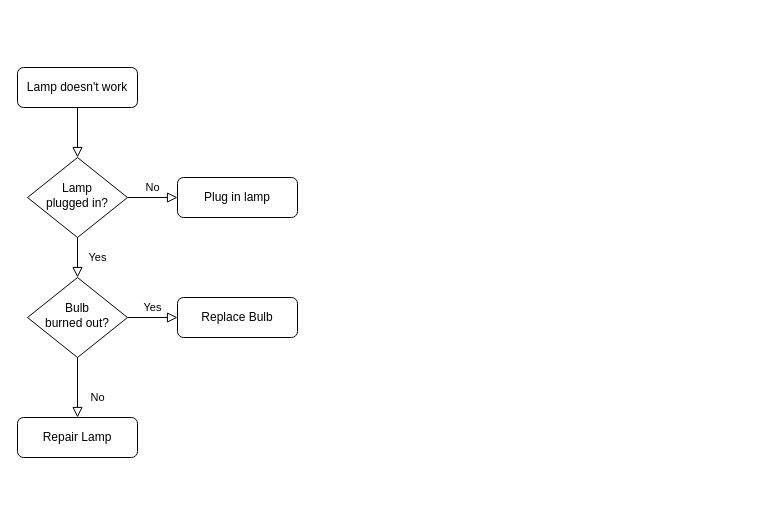
Before: distributed_system.drawio in osier0524/Diagrams, a draw.io diagram. Source tidied: cells renumbered, new cells numbered last; positions are measured from the earlier drawing's top-left corner, leaving out a move shared by most shapes. Both pictures are drawn from the tidied source at 100%, with x=0, y=0 at pixel (17, 67).
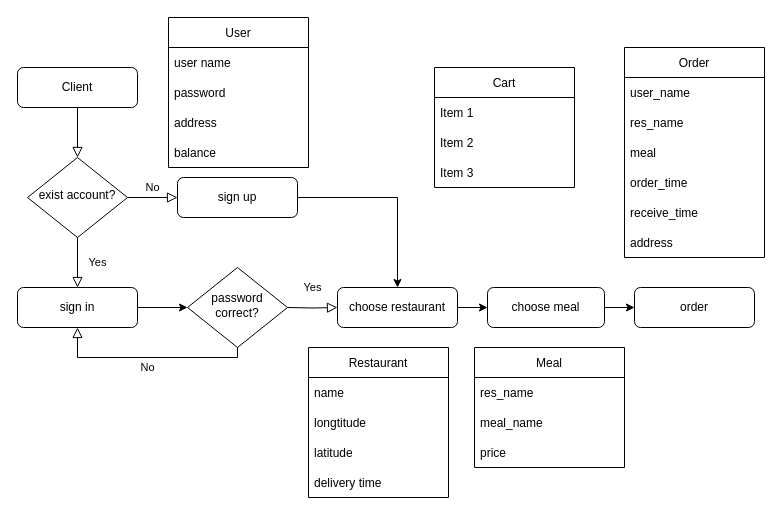
The same diagram, later.

What changed in the source:
```diff
@@
-    <mxCell id="3" value="Lamp doesn't work" style="rounded=1;whiteSpace=wrap;html=1;fontSize=12;glass=0;strokeWidth=1;shadow=0;" parent="1" vertex="1">
+    <mxCell id="3" value="Client" style="rounded=1;whiteSpace=wrap;html=1;fontSize=12;glass=0;strokeWidth=1;shadow=0;" parent="1" vertex="1">
       <mxGeometry width="120" height="40" as="geometry" />
     </mxCell>
-    <mxCell id="4" value="Yes" style="rounded=0;html=1;jettySize=auto;fontSize=11;endArrow=block;endFill=0;endSize=8;strokeWidth=1;shadow=0;labelBackgroundColor=none;edgeStyle=orthogonalEdgeStyle;" parent="1" edge="1" source="6" target="10">
+    <mxCell id="4" value="Yes" style="rounded=0;html=1;jettySize=auto;fontSize=11;endArrow=block;endFill=0;endSize=8;strokeWidth=1;shadow=0;labelBackgroundColor=none;edgeStyle=orthogonalEdgeStyle;entryX=0.5;entryY=0;entryDx=0;entryDy=0;" parent="1" edge="1" source="6" target="12">
       <mxGeometry y="20" relative="1" as="geometry" />
     </mxCell>
@@
-    <mxCell id="6" value="Lamp&lt;br&gt;plugged in?" style="rhombus;whiteSpace=wrap;html=1;shadow=0;fontFamily=Helvetica;fontSize=12;align=center;strokeWidth=1;spacing=6;spacingTop=-4;" parent="1" vertex="1">
+    <mxCell id="6" value="exist account?" style="rhombus;whiteSpace=wrap;html=1;shadow=0;fontFamily=Helvetica;fontSize=12;align=center;strokeWidth=1;spacing=6;spacingTop=-4;" parent="1" vertex="1">
       <mxGeometry x="10" y="90" width="100" height="80" as="geometry" />
     </mxCell>
-    <mxCell id="7" value="Plug in lamp" style="rounded=1;whiteSpace=wrap;html=1;fontSize=12;glass=0;strokeWidth=1;shadow=0;" parent="1" vertex="1">
+    <mxCell id="7" value="sign up" style="rounded=1;whiteSpace=wrap;html=1;fontSize=12;glass=0;strokeWidth=1;shadow=0;" parent="1" vertex="1">
       <mxGeometry x="160" y="110" width="120" height="40" as="geometry" />
     </mxCell>
+    <mxCell id="13" style="edgeStyle=orthogonalEdgeStyle;rounded=0;jettySize=auto;html=1;" parent="1" edge="1" source="12" target="18">
+      <mxGeometry relative="1" as="geometry" />
+    </mxCell>
+    <mxCell id="12" value="sign in" style="rounded=1;whiteSpace=wrap;html=1;fontSize=12;glass=0;strokeWidth=1;shadow=0;" parent="1" vertex="1">
+      <mxGeometry y="220" width="120" height="40" as="geometry" />
+    </mxCell>
+    <mxCell id="14" style="edgeStyle=orthogonalEdgeStyle;rounded=0;jettySize=auto;html=1;" parent="1" edge="1" source="15" target="41">
+      <mxGeometry relative="1" as="geometry" />
+    </mxCell>
+    <mxCell id="15" value="choose meal" style="rounded=1;whiteSpace=wrap;html=1;fontSize=12;glass=0;strokeWidth=1;shadow=0;" parent="1" vertex="1">
+      <mxGeometry x="470" y="220" width="117" height="40" as="geometry" />
+    </mxCell>
+    <mxCell id="16" style="edgeStyle=orthogonalEdgeStyle;rounded=0;jettySize=auto;html=1;" parent="1" edge="1" source="17" target="15">
+      <mxGeometry relative="1" as="geometry" />
+    </mxCell>
+    <mxCell id="17" value="choose restaurant" style="rounded=1;whiteSpace=wrap;html=1;fontSize=12;glass=0;strokeWidth=1;shadow=0;" parent="1" vertex="1">
+      <mxGeometry x="320" y="220" width="120" height="40" as="geometry" />
+    </mxCell>
+    <mxCell id="18" value="password correct?" style="rhombus;whiteSpace=wrap;html=1;shadow=0;fontFamily=Helvetica;fontSize=12;align=center;strokeWidth=1;spacing=6;spacingTop=-4;" parent="1" vertex="1">
+      <mxGeometry x="170" y="200" width="100" height="80" as="geometry" />
+    </mxCell>
-    <mxCell id="8" value="No" style="rounded=0;html=1;jettySize=auto;fontSize=11;endArrow=block;endFill=0;endSize=8;strokeWidth=1;shadow=0;labelBackgroundColor=none;edgeStyle=orthogonalEdgeStyle;" parent="1" edge="1" source="10" target="11">
-      <mxGeometry x="0.33" y="20" relative="1" as="geometry" />
+    <mxCell id="8" value="No" style="edgeStyle=orthogonalEdgeStyle;rounded=0;html=1;jettySize=auto;fontSize=11;endArrow=block;endFill=0;endSize=8;strokeWidth=1;shadow=0;labelBackgroundColor=none;entryX=0.5;entryY=1;entryDx=0;entryDy=0;exitX=0.5;exitY=1;exitDx=0;exitDy=0;" parent="1" edge="1" source="18" target="12">
+      <mxGeometry y="10" relative="1" as="geometry">
+        <Array as="points">
+          <mxPoint x="220" y="290" />
+          <mxPoint x="60" y="290" />
+        </Array>
+      </mxGeometry>
     </mxCell>
-    <mxCell id="9" value="Yes" style="edgeStyle=orthogonalEdgeStyle;rounded=0;html=1;jettySize=auto;fontSize=11;endArrow=block;endFill=0;endSize=8;strokeWidth=1;shadow=0;labelBackgroundColor=none;" parent="1" edge="1" source="10" target="12">
-      <mxGeometry y="10" relative="1" as="geometry" />
+    <mxCell id="9" value="Yes" style="rounded=0;html=1;jettySize=auto;fontSize=11;endArrow=block;endFill=0;endSize=8;strokeWidth=1;shadow=0;labelBackgroundColor=none;edgeStyle=orthogonalEdgeStyle;entryX=0;entryY=0.5;entryDx=0;entryDy=0;" parent="1" edge="1" target="17">
+      <mxGeometry y="20" relative="1" as="geometry">
+        <mxPoint x="270" y="240" as="sourcePoint" />
+      </mxGeometry>
     </mxCell>
-    <mxCell id="10" value="Bulb&lt;br&gt;burned out?" style="rhombus;whiteSpace=wrap;html=1;shadow=0;fontFamily=Helvetica;fontSize=12;align=center;strokeWidth=1;spacing=6;spacingTop=-4;" parent="1" vertex="1">
-      <mxGeometry x="10" y="210" width="100" height="80" as="geometry" />
-    </mxCell>
-    <mxCell id="11" value="Repair Lamp" style="rounded=1;whiteSpace=wrap;html=1;fontSize=12;glass=0;strokeWidth=1;shadow=0;" parent="1" vertex="1">
-      <mxGeometry y="350" width="120" height="40" as="geometry" />
-    </mxCell>
-    <mxCell id="12" value="Replace Bulb" style="rounded=1;whiteSpace=wrap;html=1;fontSize=12;glass=0;strokeWidth=1;shadow=0;" parent="1" vertex="1">
-      <mxGeometry x="160" y="230" width="120" height="40" as="geometry" />
-    </mxCell>
+    <mxCell id="19" style="edgeStyle=orthogonalEdgeStyle;rounded=0;jettySize=auto;html=1;exitX=1;exitY=0.5;exitDx=0;exitDy=0;" parent="1" edge="1" source="7" target="17">
+      <mxGeometry relative="1" as="geometry" />
+    </mxCell>
+    <mxCell id="20" value="User" style="swimlane;fontStyle=0;horizontal=1;startSize=30;" parent="1" vertex="1">
+      <mxGeometry x="151" y="-50" width="140" height="150" as="geometry" />
+    </mxCell>
+    <mxCell id="21" value="user name" style="text;strokeColor=none;fillColor=none;align=left;verticalAlign=middle;spacingLeft=4;spacingRight=4;overflow=hidden;" parent="20" vertex="1">
+      <mxGeometry y="30" width="140" height="30" as="geometry" />
+    </mxCell>
+    <mxCell id="22" value="password" style="text;strokeColor=none;fillColor=none;align=left;verticalAlign=middle;spacingLeft=4;spacingRight=4;overflow=hidden;" parent="20" vertex="1">
+      <mxGeometry y="60" width="140" height="30" as="geometry" />
+    </mxCell>
+    <mxCell id="23" value="address" style="text;strokeColor=none;fillColor=none;align=left;verticalAlign=middle;spacingLeft=4;spacingRight=4;overflow=hidden;" parent="20" vertex="1">
+      <mxGeometry y="90" width="140" height="30" as="geometry" />
+    </mxCell>
+    <mxCell id="24" value="balance" style="text;strokeColor=none;fillColor=none;align=left;verticalAlign=middle;spacingLeft=4;spacingRight=4;overflow=hidden;" parent="20" vertex="1">
+      <mxGeometry y="120" width="140" height="30" as="geometry" />
+    </mxCell>
+    <mxCell id="25" value="Restaurant" style="swimlane;fontStyle=0;horizontal=1;startSize=30;" parent="1" vertex="1">
+      <mxGeometry x="291" y="280" width="140" height="150" as="geometry" />
+    </mxCell>
+    <mxCell id="26" value="name" style="text;strokeColor=none;fillColor=none;align=left;verticalAlign=middle;spacingLeft=4;spacingRight=4;overflow=hidden;" parent="25" vertex="1">
+      <mxGeometry y="30" width="140" height="30" as="geometry" />
+    </mxCell>
+    <mxCell id="27" value="longtitude" style="text;strokeColor=none;fillColor=none;align=left;verticalAlign=middle;spacingLeft=4;spacingRight=4;overflow=hidden;" parent="25" vertex="1">
+      <mxGeometry y="60" width="140" height="30" as="geometry" />
+    </mxCell>
+    <mxCell id="28" value="latitude" style="text;strokeColor=none;fillColor=none;align=left;verticalAlign=middle;spacingLeft=4;spacingRight=4;overflow=hidden;" parent="25" vertex="1">
+      <mxGeometry y="90" width="140" height="30" as="geometry" />
+    </mxCell>
+    <mxCell id="29" value="delivery time" style="text;strokeColor=none;fillColor=none;align=left;verticalAlign=middle;spacingLeft=4;spacingRight=4;overflow=hidden;" parent="25" vertex="1">
+      <mxGeometry y="120" width="140" height="30" as="geometry" />
+    </mxCell>
+    <mxCell id="30" value="Meal" style="swimlane;fontStyle=0;horizontal=1;startSize=30;" parent="1" vertex="1">
+      <mxGeometry x="457" y="280" width="150" height="120" as="geometry" />
+    </mxCell>
+    <mxCell id="31" value="res_name" style="text;strokeColor=none;fillColor=none;align=left;verticalAlign=middle;spacingLeft=4;spacingRight=4;overflow=hidden;" parent="30" vertex="1">
+      <mxGeometry y="30" width="150" height="30" as="geometry" />
+    </mxCell>
+    <mxCell id="32" value="meal_name" style="text;strokeColor=none;fillColor=none;align=left;verticalAlign=middle;spacingLeft=4;spacingRight=4;overflow=hidden;" parent="30" vertex="1">
+      <mxGeometry y="60" width="150" height="30" as="geometry" />
+    </mxCell>
+    <mxCell id="33" value="price" style="text;strokeColor=none;fillColor=none;align=left;verticalAlign=middle;spacingLeft=4;spacingRight=4;overflow=hidden;" parent="30" vertex="1">
+      <mxGeometry y="90" width="150" height="30" as="geometry" />
+    </mxCell>
+    <mxCell id="34" value="Order" style="swimlane;fontStyle=0;horizontal=1;startSize=30;" parent="1" vertex="1">
+      <mxGeometry x="607" y="-20" width="140" height="210" as="geometry" />
+    </mxCell>
+    <mxCell id="35" value="user_name" style="text;strokeColor=none;fillColor=none;align=left;verticalAlign=middle;spacingLeft=4;spacingRight=4;overflow=hidden;" parent="34" vertex="1">
+      <mxGeometry y="30" width="140" height="30" as="geometry" />
+    </mxCell>
+    <mxCell id="36" value="res_name" style="text;strokeColor=none;fillColor=none;align=left;verticalAlign=middle;spacingLeft=4;spacingRight=4;overflow=hidden;" parent="34" vertex="1">
+      <mxGeometry y="60" width="140" height="30" as="geometry" />
+    </mxCell>
+    <mxCell id="37" value="meal" style="text;strokeColor=none;fillColor=none;align=left;verticalAlign=middle;spacingLeft=4;spacingRight=4;overflow=hidden;" parent="34" vertex="1">
+      <mxGeometry y="90" width="140" height="30" as="geometry" />
+    </mxCell>
+    <mxCell id="38" value="order_time" style="text;strokeColor=none;fillColor=none;align=left;verticalAlign=middle;spacingLeft=4;spacingRight=4;overflow=hidden;" parent="34" vertex="1">
+      <mxGeometry y="120" width="140" height="30" as="geometry" />
+    </mxCell>
+    <mxCell id="39" value="receive_time" style="text;strokeColor=none;fillColor=none;align=left;verticalAlign=middle;spacingLeft=4;spacingRight=4;overflow=hidden;" parent="34" vertex="1">
+      <mxGeometry y="150" width="140" height="30" as="geometry" />
+    </mxCell>
+    <mxCell id="40" value="address" style="text;strokeColor=none;fillColor=none;align=left;verticalAlign=middle;spacingLeft=4;spacingRight=4;overflow=hidden;" parent="34" vertex="1">
+      <mxGeometry y="180" width="140" height="30" as="geometry" />
+    </mxCell>
+    <mxCell id="41" value="order" style="rounded=1;whiteSpace=wrap;html=1;fontSize=12;glass=0;strokeWidth=1;shadow=0;" parent="1" vertex="1">
+      <mxGeometry x="617" y="220" width="120" height="40" as="geometry" />
+    </mxCell>
+    <mxCell id="42" value="Cart" style="swimlane;fontStyle=0;horizontal=1;startSize=30;" parent="1" vertex="1">
+      <mxGeometry x="417" width="140" height="120" as="geometry" />
+    </mxCell>
+    <mxCell id="43" value="Item 1" style="text;strokeColor=none;fillColor=none;align=left;verticalAlign=middle;spacingLeft=4;spacingRight=4;overflow=hidden;" parent="42" vertex="1">
+      <mxGeometry y="30" width="140" height="30" as="geometry" />
+    </mxCell>
+    <mxCell id="44" value="Item 2" style="text;strokeColor=none;fillColor=none;align=left;verticalAlign=middle;spacingLeft=4;spacingRight=4;overflow=hidden;" parent="42" vertex="1">
+      <mxGeometry y="60" width="140" height="30" as="geometry" />
+    </mxCell>
+    <mxCell id="45" value="Item 3" style="text;strokeColor=none;fillColor=none;align=left;verticalAlign=middle;spacingLeft=4;spacingRight=4;overflow=hidden;" parent="42" vertex="1">
+      <mxGeometry y="90" width="140" height="30" as="geometry" />
+    </mxCell>
```
